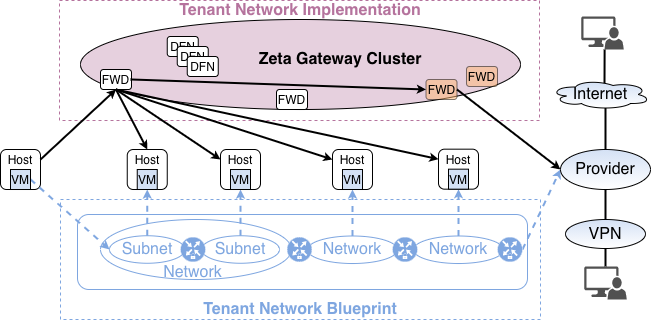
This is docs/design/png/Zeta_Diagrams_v1-Zeta_Data_Plane.png from CentaurusInfra/mizar, a draw.io export, as it was before one commit. Source tidied: cells renumbered, new cells last; positions are measured from the earlier drawing's top-left corner, leaving out a move shared by most shapes.
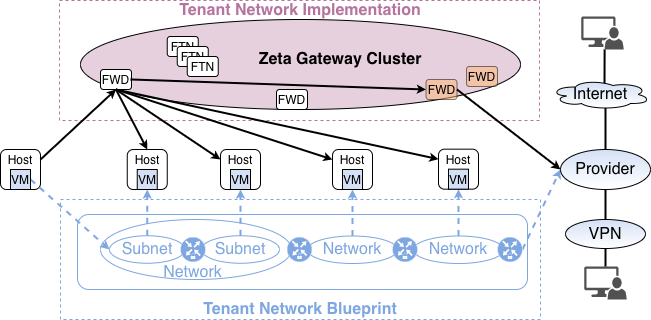
Above is the later version.

Diff of the diagram source:
```diff
@@ -115,13 +115,13 @@
     <mxCell id="38" style="edgeStyle=none;rounded=0;jumpStyle=arc;jumpSize=12;jettySize=auto;html=1;endArrow=classic;endFill=1;strokeColor=#000000;strokeWidth=2;fontSize=16;fontColor=#000000;entryX=0;entryY=0.5;entryDx=0;entryDy=0;startSize=3;endSize=3;exitX=0.148;exitY=0.658;exitDx=0;exitDy=0;exitPerimeter=0;" parent="1" edge="1" source="3" target="30">
       <mxGeometry relative="1" as="geometry" />
     </mxCell>
-    <mxCell id="39" value="DFN" style="rounded=1;whiteSpace=wrap;html=1;fillColor=#FFFFFF;" parent="1" vertex="1">
+    <mxCell id="39" value="FTN" style="rounded=1;whiteSpace=wrap;html=1;fillColor=#FFFFFF;" parent="1" vertex="1">
       <mxGeometry x="166.8" y="36" width="31" height="20" as="geometry" />
     </mxCell>
-    <mxCell id="40" value="DFN" style="rounded=1;whiteSpace=wrap;html=1;fillColor=#FFFFFF;" parent="1" vertex="1">
+    <mxCell id="40" value="FTN" style="rounded=1;whiteSpace=wrap;html=1;fillColor=#FFFFFF;" parent="1" vertex="1">
       <mxGeometry x="176.8" y="46" width="31" height="20" as="geometry" />
     </mxCell>
-    <mxCell id="41" value="DFN" style="rounded=1;whiteSpace=wrap;html=1;fillColor=#FFFFFF;" parent="1" vertex="1">
+    <mxCell id="41" value="FTN" style="rounded=1;whiteSpace=wrap;html=1;fillColor=#FFFFFF;" parent="1" vertex="1">
       <mxGeometry x="186.8" y="56" width="31" height="20" as="geometry" />
     </mxCell>
     <mxCell id="42" value="FWD" style="rounded=1;whiteSpace=wrap;html=1;fillColor=#FFB570;opacity=50;" parent="1" vertex="1">
```
